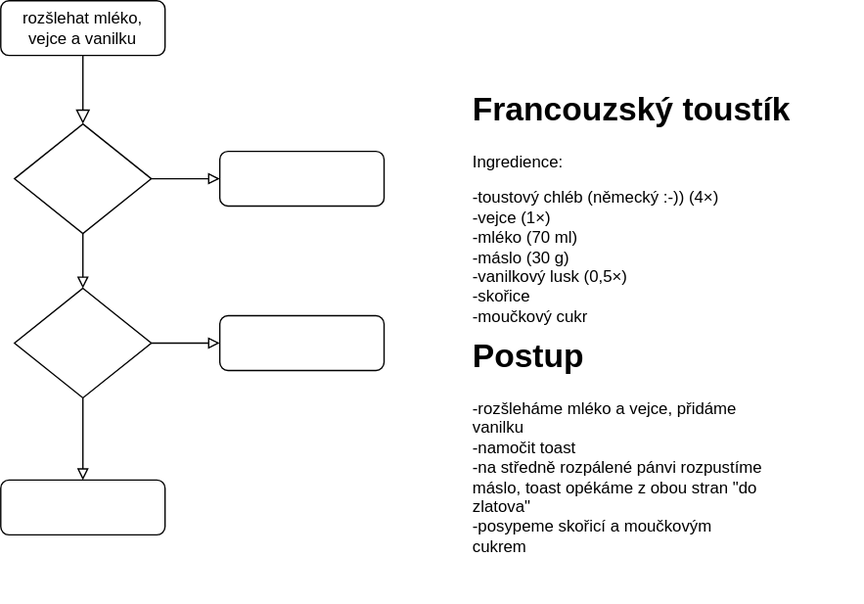
Above: Francouzský toast.drawio.svg in HonzaVrbensky/diagrams.net (draw.io), before the change. Source tidied: cells renumbered, new cells last; positions are measured from the earlier drawing's top-left corner, leaving out a move shared by most shapes.
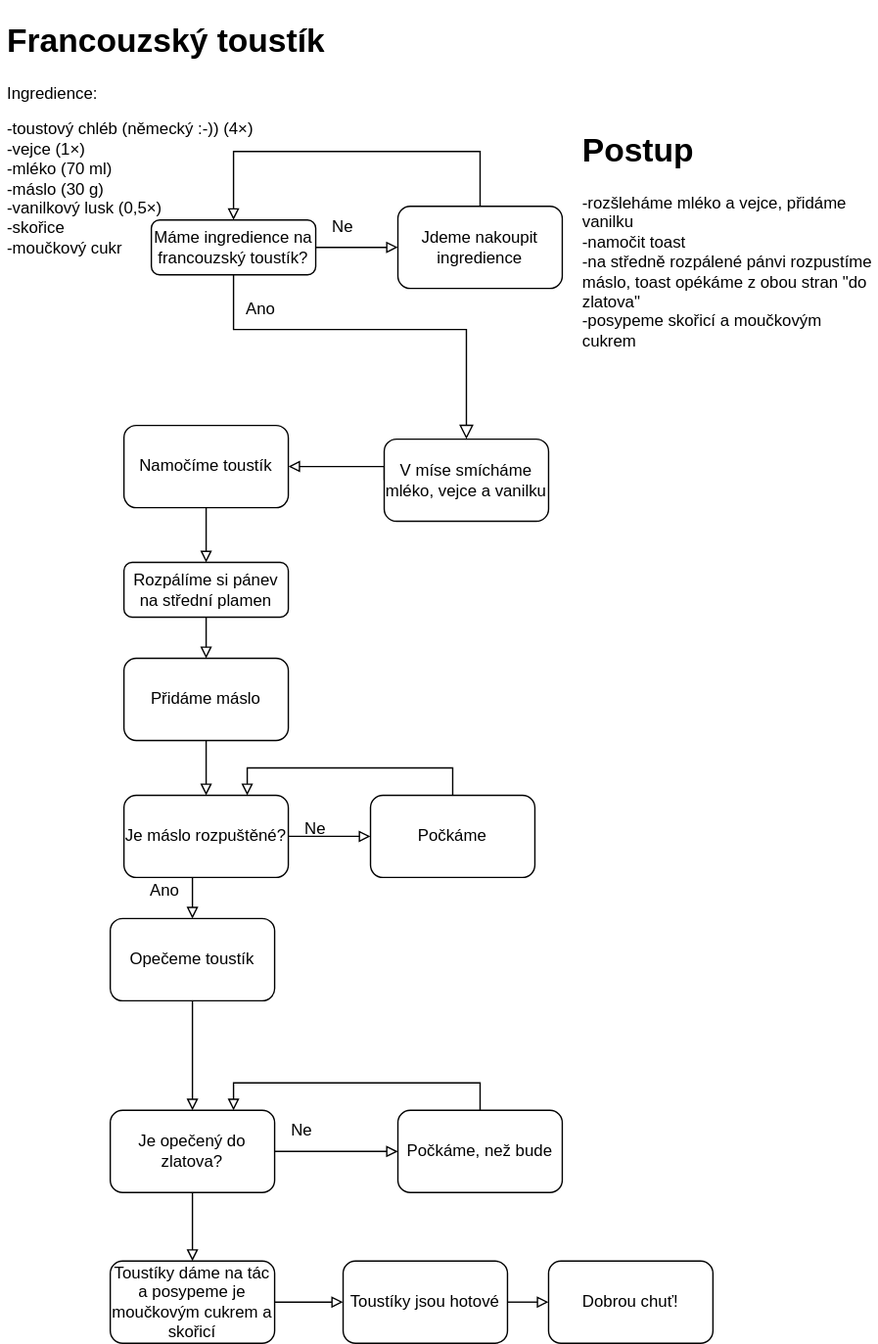
The same diagram one commit later.

The edit, as a diff of the source:
```diff
@@ -2,44 +2,135 @@
   <root>
     <mxCell id="0" />
     <mxCell id="1" parent="0" />
-    <mxCell id="2" style="rounded=0;html=1;jettySize=auto;fontSize=11;endArrow=block;endFill=0;endSize=8;strokeWidth=1;shadow=0;labelBackgroundColor=none;edgeStyle=orthogonalEdgeStyle;" parent="1" edge="1" source="3" target="6">
-      <mxGeometry relative="1" as="geometry" />
+    <mxCell id="2" style="rounded=0;html=1;jettySize=auto;fontSize=11;endArrow=block;endFill=0;endSize=8;strokeWidth=1;shadow=0;labelBackgroundColor=none;edgeStyle=orthogonalEdgeStyle;" parent="1" edge="1" source="3" target="22">
+      <mxGeometry relative="1" as="geometry">
+        <Array as="points">
+          <mxPoint x="60" y="80" />
+          <mxPoint x="230" y="80" />
+        </Array>
+      </mxGeometry>
     </mxCell>
+    <mxCell id="15" style="edgeStyle=orthogonalEdgeStyle;rounded=0;jettySize=auto;html=1;exitX=1;exitY=0.5;exitDx=0;exitDy=0;endArrow=block;endFill=0;" parent="1" edge="1" source="3" target="18">
+      <mxGeometry relative="1" as="geometry" />
+    </mxCell>
-    <mxCell id="3" value="rozšlehat mléko, vejce a vanilku" style="rounded=1;whiteSpace=wrap;html=1;fontSize=12;glass=0;strokeWidth=1;shadow=0;" parent="1" vertex="1">
+    <mxCell id="3" value="Máme ingredience na francouzský toustík?" style="rounded=1;whiteSpace=wrap;html=1;fontSize=12;glass=0;strokeWidth=1;shadow=0;" parent="1" vertex="1">
       <mxGeometry width="120" height="40" as="geometry" />
     </mxCell>
-    <mxCell id="4" style="edgeStyle=orthogonalEdgeStyle;rounded=0;jettySize=auto;html=1;exitX=1;exitY=0.5;exitDx=0;exitDy=0;entryX=0;entryY=0.5;entryDx=0;entryDy=0;endArrow=block;endFill=0;" parent="1" edge="1" source="6" target="7">
-      <mxGeometry relative="1" as="geometry" />
-    </mxCell>
-    <mxCell id="5" style="edgeStyle=orthogonalEdgeStyle;rounded=0;jettySize=auto;html=1;exitX=0.5;exitY=1;exitDx=0;exitDy=0;entryX=0.5;entryY=0;entryDx=0;entryDy=0;endArrow=block;endFill=0;" parent="1" edge="1" source="6" target="10">
-      <mxGeometry relative="1" as="geometry" />
-    </mxCell>
-    <mxCell id="6" style="rhombus;whiteSpace=wrap;html=1;shadow=0;fontFamily=Helvetica;fontSize=12;align=center;strokeWidth=1;spacing=6;spacingTop=-4;" parent="1" vertex="1">
-      <mxGeometry x="10" y="90" width="100" height="80" as="geometry" />
-    </mxCell>
-    <mxCell id="7" style="rounded=1;whiteSpace=wrap;html=1;fontSize=12;glass=0;strokeWidth=1;shadow=0;" parent="1" vertex="1">
-      <mxGeometry x="160" y="110" width="120" height="40" as="geometry" />
-    </mxCell>
-    <mxCell id="8" style="edgeStyle=orthogonalEdgeStyle;rounded=0;jettySize=auto;html=1;exitX=0.5;exitY=1;exitDx=0;exitDy=0;entryX=0.5;entryY=0;entryDx=0;entryDy=0;endArrow=block;endFill=0;" parent="1" edge="1" source="10" target="11">
+    <mxCell id="8" style="edgeStyle=orthogonalEdgeStyle;rounded=0;jettySize=auto;html=1;entryX=0.5;entryY=0;entryDx=0;entryDy=0;endArrow=block;endFill=0;" parent="1" edge="1" source="23" target="11">
       <mxGeometry relative="1" as="geometry" />
     </mxCell>
-    <mxCell id="9" style="edgeStyle=orthogonalEdgeStyle;rounded=0;jettySize=auto;html=1;exitX=1;exitY=0.5;exitDx=0;exitDy=0;entryX=0;entryY=0.5;entryDx=0;entryDy=0;endArrow=block;endFill=0;" parent="1" edge="1" source="10" target="12">
-      <mxGeometry relative="1" as="geometry" />
-    </mxCell>
-    <mxCell id="10" style="rhombus;whiteSpace=wrap;html=1;shadow=0;fontFamily=Helvetica;fontSize=12;align=center;strokeWidth=1;spacing=6;spacingTop=-4;" parent="1" vertex="1">
-      <mxGeometry x="10" y="210" width="100" height="80" as="geometry" />
-    </mxCell>
+    <mxCell id="16" style="edgeStyle=orthogonalEdgeStyle;rounded=0;jettySize=auto;html=1;exitX=0.5;exitY=1;exitDx=0;exitDy=0;endArrow=block;endFill=0;" parent="1" edge="1" source="11" target="25">
+      <mxGeometry relative="1" as="geometry" />
+    </mxCell>
-    <mxCell id="11" style="rounded=1;whiteSpace=wrap;html=1;fontSize=12;glass=0;strokeWidth=1;shadow=0;" parent="1" vertex="1">
-      <mxGeometry y="350" width="120" height="40" as="geometry" />
+    <mxCell id="11" value="Rozpálíme si pánev na střední plamen" style="rounded=1;whiteSpace=wrap;html=1;fontSize=12;glass=0;strokeWidth=1;shadow=0;" parent="1" vertex="1">
+      <mxGeometry x="-20" y="250" width="120" height="40" as="geometry" />
     </mxCell>
-    <mxCell id="12" style="rounded=1;whiteSpace=wrap;html=1;fontSize=12;glass=0;strokeWidth=1;shadow=0;" parent="1" vertex="1">
-      <mxGeometry x="160" y="230" width="120" height="40" as="geometry" />
-    </mxCell>
     <mxCell id="13" value="&lt;h1&gt;Francouzský toustík&lt;/h1&gt;&lt;p&gt;Ingredience:&lt;/p&gt;&lt;p&gt;&lt;span&gt;-toustový chléb (německý :-)) (4×)&lt;br&gt;&lt;/span&gt;&lt;span&gt;-vejce (1×)&lt;br&gt;&lt;/span&gt;&lt;span&gt;-mléko (70 ml)&lt;br&gt;&lt;/span&gt;&lt;span&gt;-máslo (30 g)&lt;br&gt;&lt;/span&gt;&lt;span&gt;-vanilkový lusk (0,5×)&lt;br&gt;&lt;/span&gt;&lt;span&gt;-skořice&lt;br&gt;&lt;/span&gt;&lt;span&gt;-moučkový cukr&lt;/span&gt;&lt;/p&gt;" style="text;html=1;strokeColor=none;fillColor=none;spacing=5;spacingTop=-20;whiteSpace=wrap;overflow=hidden;rounded=0;" parent="1" vertex="1">
-      <mxGeometry x="340" y="60" width="290" height="210" as="geometry" />
+      <mxGeometry x="-110" y="-150" width="290" height="210" as="geometry" />
     </mxCell>
     <mxCell id="14" value="&lt;h1&gt;Postup&lt;/h1&gt;&lt;p&gt;-rozšleháme mléko a vejce, přidáme vanilku&lt;br&gt;-namočit toast&lt;br&gt;-na středně rozpálené pánvi rozpustíme máslo, toast opékáme z obou stran &quot;do zlatova&quot;&lt;br&gt;-posypeme skořicí a moučkovým cukrem&lt;/p&gt;" style="text;html=1;strokeColor=none;fillColor=none;spacing=5;spacingTop=-20;whiteSpace=wrap;overflow=hidden;rounded=0;" parent="1" vertex="1">
-      <mxGeometry x="340" y="240" width="220" height="200" as="geometry" />
+      <mxGeometry x="310" y="-70" width="220" height="200" as="geometry" />
     </mxCell>
+    <mxCell id="17" style="edgeStyle=orthogonalEdgeStyle;rounded=0;jettySize=auto;html=1;entryX=0.5;entryY=0;entryDx=0;entryDy=0;endArrow=block;endFill=0;" parent="1" edge="1" source="18" target="3">
+      <mxGeometry relative="1" as="geometry">
+        <Array as="points">
+          <mxPoint x="240" y="-50" />
+          <mxPoint x="60" y="-50" />
+        </Array>
+      </mxGeometry>
+    </mxCell>
+    <mxCell id="18" value="Jdeme nakoupit ingredience" style="rounded=1;whiteSpace=wrap;html=1;" parent="1" vertex="1">
+      <mxGeometry x="180" y="-10" width="120" height="60" as="geometry" />
+    </mxCell>
+    <mxCell id="19" value="Ne" style="text;html=1;strokeColor=none;fillColor=none;align=center;verticalAlign=middle;whiteSpace=wrap;rounded=0;" parent="1" vertex="1">
+      <mxGeometry x="110" y="-10" width="60" height="30" as="geometry" />
+    </mxCell>
+    <mxCell id="20" value="Ano" style="text;html=1;strokeColor=none;fillColor=none;align=center;verticalAlign=middle;whiteSpace=wrap;rounded=0;" parent="1" vertex="1">
+      <mxGeometry x="50" y="50" width="60" height="30" as="geometry" />
+    </mxCell>
+    <mxCell id="21" style="edgeStyle=orthogonalEdgeStyle;rounded=0;jettySize=auto;html=1;exitX=0;exitY=0.5;exitDx=0;exitDy=0;endArrow=block;endFill=0;" parent="1" edge="1" source="22" target="23">
+      <mxGeometry relative="1" as="geometry">
+        <Array as="points">
+          <mxPoint x="170" y="180" />
+        </Array>
+      </mxGeometry>
+    </mxCell>
+    <mxCell id="22" value="V míse smícháme mléko, vejce a vanilku" style="rounded=1;whiteSpace=wrap;html=1;" parent="1" vertex="1">
+      <mxGeometry x="170" y="160" width="120" height="60" as="geometry" />
+    </mxCell>
+    <mxCell id="23" value="Namočíme toustík" style="rounded=1;whiteSpace=wrap;html=1;" parent="1" vertex="1">
+      <mxGeometry x="-20" y="150" width="120" height="60" as="geometry" />
+    </mxCell>
+    <mxCell id="24" style="edgeStyle=orthogonalEdgeStyle;rounded=0;jettySize=auto;html=1;exitX=0.5;exitY=1;exitDx=0;exitDy=0;endArrow=block;endFill=0;" parent="1" edge="1" source="25" target="28">
+      <mxGeometry relative="1" as="geometry" />
+    </mxCell>
+    <mxCell id="25" value="Přidáme máslo" style="rounded=1;whiteSpace=wrap;html=1;" parent="1" vertex="1">
+      <mxGeometry x="-20" y="320" width="120" height="60" as="geometry" />
+    </mxCell>
+    <mxCell id="26" style="edgeStyle=orthogonalEdgeStyle;rounded=0;jettySize=auto;html=1;exitX=1;exitY=0.5;exitDx=0;exitDy=0;endArrow=block;endFill=0;" parent="1" edge="1" source="28" target="30">
+      <mxGeometry relative="1" as="geometry" />
+    </mxCell>
+    <mxCell id="27" style="edgeStyle=orthogonalEdgeStyle;rounded=0;jettySize=auto;html=1;exitX=0.5;exitY=1;exitDx=0;exitDy=0;entryX=0.5;entryY=0;entryDx=0;entryDy=0;endArrow=block;endFill=0;" parent="1" edge="1" source="28" target="33">
+      <mxGeometry relative="1" as="geometry" />
+    </mxCell>
+    <mxCell id="28" value="Je máslo rozpuštěné?" style="rounded=1;whiteSpace=wrap;html=1;" parent="1" vertex="1">
+      <mxGeometry x="-20" y="420" width="120" height="60" as="geometry" />
+    </mxCell>
+    <mxCell id="29" style="edgeStyle=orthogonalEdgeStyle;rounded=0;jettySize=auto;html=1;exitX=0.5;exitY=0;exitDx=0;exitDy=0;endArrow=block;endFill=0;entryX=0.75;entryY=0;entryDx=0;entryDy=0;" parent="1" edge="1" source="30" target="28">
+      <mxGeometry relative="1" as="geometry">
+        <Array as="points">
+          <mxPoint x="220" y="400" />
+          <mxPoint x="70" y="400" />
+        </Array>
+      </mxGeometry>
+    </mxCell>
+    <mxCell id="30" value="Počkáme" style="rounded=1;whiteSpace=wrap;html=1;" parent="1" vertex="1">
+      <mxGeometry x="160" y="420" width="120" height="60" as="geometry" />
+    </mxCell>
+    <mxCell id="31" value="Ne" style="text;html=1;strokeColor=none;fillColor=none;align=center;verticalAlign=middle;whiteSpace=wrap;rounded=0;" parent="1" vertex="1">
+      <mxGeometry x="90" y="430" width="60" height="30" as="geometry" />
+    </mxCell>
+    <mxCell id="32" style="edgeStyle=orthogonalEdgeStyle;rounded=0;jettySize=auto;html=1;exitX=0.5;exitY=1;exitDx=0;exitDy=0;entryX=0.5;entryY=0;entryDx=0;entryDy=0;endArrow=block;endFill=0;" parent="1" edge="1" source="33" target="36">
+      <mxGeometry relative="1" as="geometry" />
+    </mxCell>
+    <mxCell id="33" value="Opečeme toustík" style="rounded=1;whiteSpace=wrap;html=1;" parent="1" vertex="1">
+      <mxGeometry x="-30" y="510" width="120" height="60" as="geometry" />
+    </mxCell>
+    <mxCell id="34" style="edgeStyle=orthogonalEdgeStyle;rounded=0;jettySize=auto;html=1;exitX=1;exitY=0.5;exitDx=0;exitDy=0;endArrow=block;endFill=0;" parent="1" edge="1" source="36" target="38">
+      <mxGeometry relative="1" as="geometry" />
+    </mxCell>
+    <mxCell id="35" style="edgeStyle=orthogonalEdgeStyle;rounded=0;jettySize=auto;html=1;exitX=0.5;exitY=1;exitDx=0;exitDy=0;entryX=0.5;entryY=0;entryDx=0;entryDy=0;endArrow=block;endFill=0;" parent="1" edge="1" source="36" target="40">
+      <mxGeometry relative="1" as="geometry" />
+    </mxCell>
+    <mxCell id="36" value="Je opečený do zlatova?" style="rounded=1;whiteSpace=wrap;html=1;" parent="1" vertex="1">
+      <mxGeometry x="-30" y="650" width="120" height="60" as="geometry" />
+    </mxCell>
+    <mxCell id="37" style="edgeStyle=orthogonalEdgeStyle;rounded=0;jettySize=auto;html=1;exitX=0.5;exitY=0;exitDx=0;exitDy=0;entryX=0.75;entryY=0;entryDx=0;entryDy=0;endArrow=block;endFill=0;" parent="1" edge="1" source="38" target="36">
+      <mxGeometry relative="1" as="geometry" />
+    </mxCell>
+    <mxCell id="38" value="Počkáme, než bude" style="rounded=1;whiteSpace=wrap;html=1;" parent="1" vertex="1">
+      <mxGeometry x="180" y="650" width="120" height="60" as="geometry" />
+    </mxCell>
+    <mxCell id="39" style="edgeStyle=orthogonalEdgeStyle;rounded=0;jettySize=auto;html=1;exitX=1;exitY=0.5;exitDx=0;exitDy=0;entryX=0;entryY=0.5;entryDx=0;entryDy=0;endArrow=block;endFill=0;" parent="1" edge="1" source="40" target="42">
+      <mxGeometry relative="1" as="geometry" />
+    </mxCell>
+    <mxCell id="40" value="Toustíky dáme na tác a posypeme je moučkovým cukrem a skořicí" style="rounded=1;whiteSpace=wrap;html=1;" parent="1" vertex="1">
+      <mxGeometry x="-30" y="760" width="120" height="60" as="geometry" />
+    </mxCell>
+    <mxCell id="41" style="edgeStyle=orthogonalEdgeStyle;rounded=0;jettySize=auto;html=1;exitX=1;exitY=0.5;exitDx=0;exitDy=0;entryX=0;entryY=0.5;entryDx=0;entryDy=0;endArrow=block;endFill=0;" parent="1" edge="1" source="42" target="43">
+      <mxGeometry relative="1" as="geometry" />
+    </mxCell>
+    <mxCell id="42" value="Toustíky jsou hotové" style="rounded=1;whiteSpace=wrap;html=1;" parent="1" vertex="1">
+      <mxGeometry x="140" y="760" width="120" height="60" as="geometry" />
+    </mxCell>
+    <mxCell id="43" value="Dobrou chuť!" style="rounded=1;whiteSpace=wrap;html=1;" parent="1" vertex="1">
+      <mxGeometry x="290" y="760" width="120" height="60" as="geometry" />
+    </mxCell>
+    <mxCell id="44" value="Ano" style="text;html=1;strokeColor=none;fillColor=none;align=center;verticalAlign=middle;whiteSpace=wrap;rounded=0;" parent="1" vertex="1">
+      <mxGeometry x="-20" y="475" width="60" height="30" as="geometry" />
+    </mxCell>
+    <mxCell id="45" value="Ne" style="text;html=1;strokeColor=none;fillColor=none;align=center;verticalAlign=middle;whiteSpace=wrap;rounded=0;" parent="1" vertex="1">
+      <mxGeometry x="80" y="650" width="60" height="30" as="geometry" />
+    </mxCell>
   </root>
 </mxGraphModel>
```
